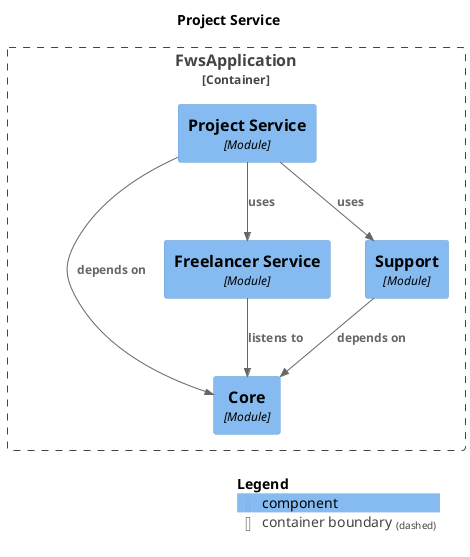
The PlantUML diagram docs/modules/module-project.png in krloxz/fws-application, before a commit.
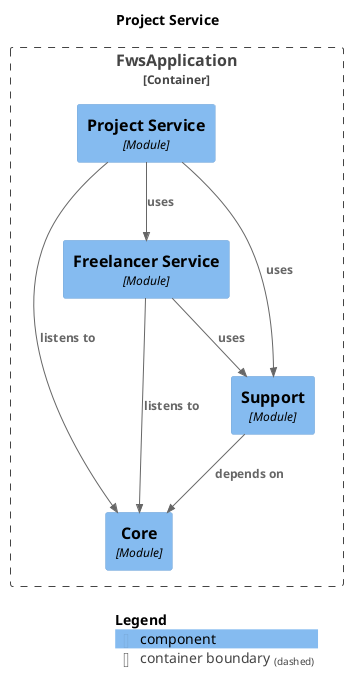
Above is the later version.

Diff of the diagram source:
```diff
@@ -18,8 +18,9 @@
 Rel(FwsApplication.FwsApplication.ProjectService, FwsApplication.FwsApplication.Support, "uses", $techn="", $tags="", $link="")
 Rel(FwsApplication.FwsApplication.ProjectService, FwsApplication.FwsApplication.FreelancerService, "uses", $techn="", $tags="", $link="")
 Rel(FwsApplication.FwsApplication.FreelancerService, FwsApplication.FwsApplication.Core, "listens to", $techn="", $tags="", $link="")
+Rel(FwsApplication.FwsApplication.FreelancerService, FwsApplication.FwsApplication.Support, "uses", $techn="", $tags="", $link="")
 Rel(FwsApplication.FwsApplication.Support, FwsApplication.FwsApplication.Core, "depends on", $techn="", $tags="", $link="")
-Rel(FwsApplication.FwsApplication.ProjectService, FwsApplication.FwsApplication.Core, "depends on", $techn="", $tags="", $link="")
+Rel(FwsApplication.FwsApplication.ProjectService, FwsApplication.FwsApplication.Core, "listens to", $techn="", $tags="", $link="")
 
 SHOW_LEGEND(true)
 @enduml
```
